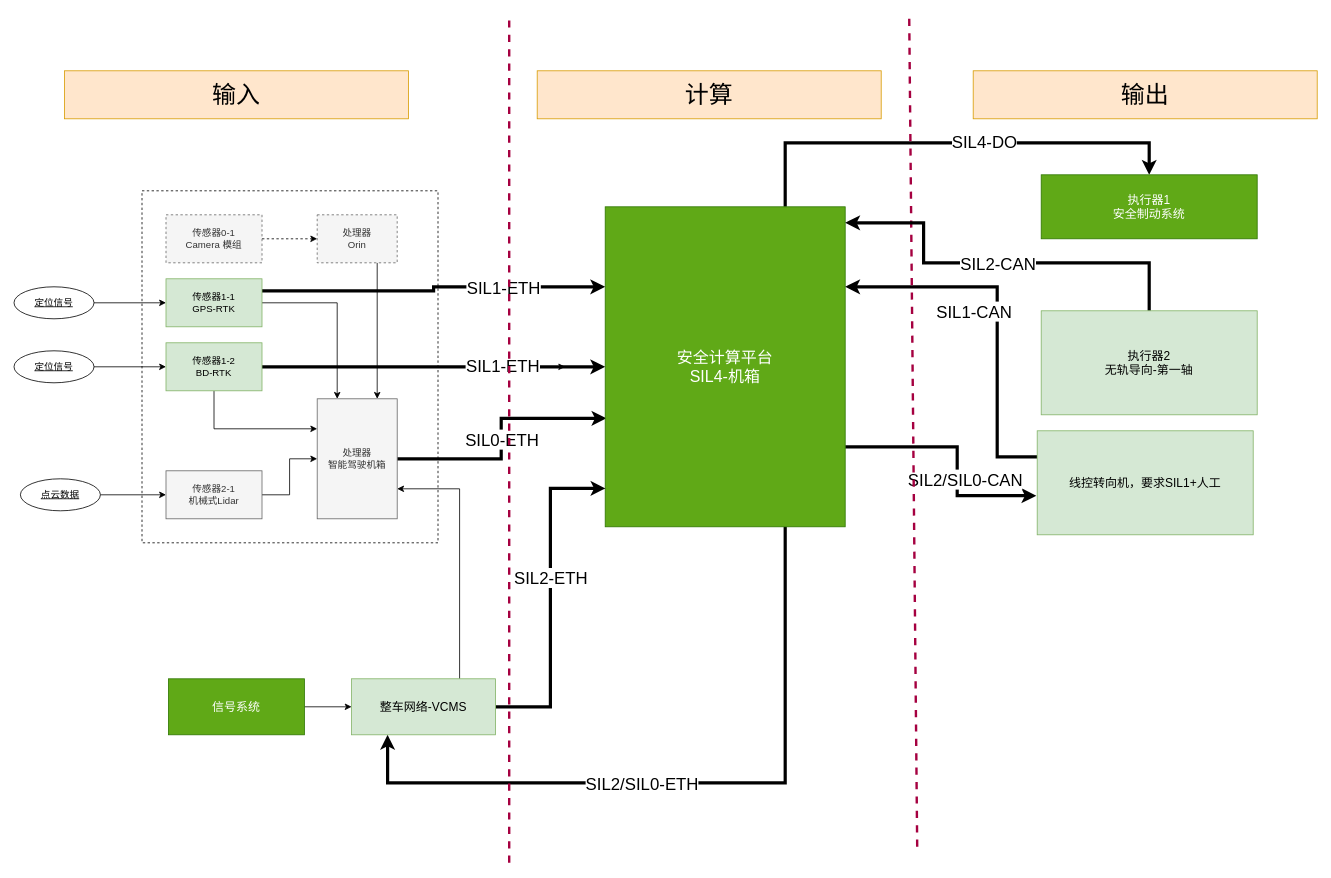
The draw.io diagram page "实体关系-SIL4" (1 of 3) of 马来循迹控制_SIL2方案_V2_pub230815.drawio in FrankWong-cs/SharingwithColleagues, before the edit. Source tidied: cells renumbered, new cells numbered last; positions are measured from the earlier drawing's top-left corner, leaving out a move shared by most shapes. Both pictures are drawn from the tidied source at 80%, with x=0, y=0 at pixel (14, 14).
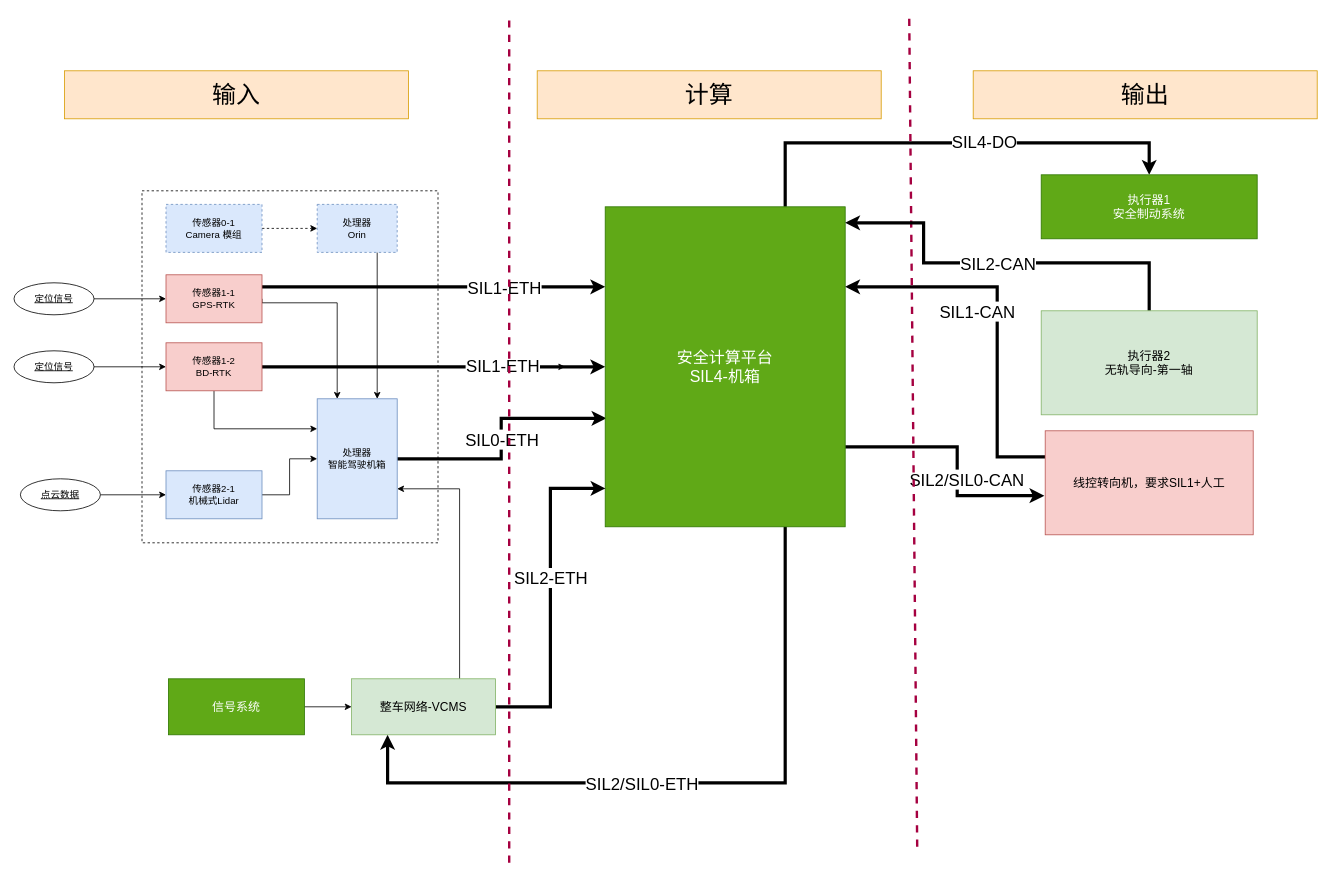
The same diagram, later.

Commit message:
Update 马来循迹控制_SIL2方案_V2_pub230815.drawio

The edit, as a diff of the source:
```diff
@@
-    <mxCell id="7" value="传感器1-1&lt;br&gt;GPS-RTK" style="rounded=0;whiteSpace=wrap;html=1;fillColor=#d5e8d4;strokeColor=#82b366;" parent="1" vertex="1">
-      <mxGeometry x="190" y="330" width="120" height="60" as="geometry" />
+    <mxCell id="7" value="传感器1-1&lt;br&gt;GPS-RTK" style="rounded=0;whiteSpace=wrap;html=1;fillColor=#f8cecc;strokeColor=#b85450;" parent="1" vertex="1">
+      <mxGeometry x="190" y="325" width="120" height="60" as="geometry" />
     </mxCell>
@@
-    <mxCell id="11" value="传感器1-2&lt;br&gt;BD-RTK" style="rounded=0;whiteSpace=wrap;html=1;fillColor=#d5e8d4;strokeColor=#82b366;" parent="1" vertex="1">
+    <mxCell id="11" value="传感器1-2&lt;br&gt;BD-RTK" style="rounded=0;whiteSpace=wrap;html=1;fillColor=#f8cecc;strokeColor=#b85450;" parent="1" vertex="1">
       <mxGeometry x="190" y="410" width="120" height="60" as="geometry" />
     </mxCell>
@@
-    <mxCell id="13" value="传感器2-1&lt;br&gt;机械式Lidar" style="rounded=0;whiteSpace=wrap;html=1;fillColor=#f5f5f5;strokeColor=#666666;fontColor=#333333;" parent="1" vertex="1">
+    <mxCell id="13" value="传感器2-1&lt;br&gt;机械式Lidar" style="rounded=0;whiteSpace=wrap;html=1;fillColor=#dae8fc;strokeColor=#6c8ebf;" parent="1" vertex="1">
       <mxGeometry x="190" y="570" width="120" height="60" as="geometry" />
     </mxCell>
@@
-    <mxCell id="15" value="传感器0-1&lt;br&gt;Camera 模组" style="rounded=0;whiteSpace=wrap;html=1;dashed=1;fillColor=#f5f5f5;fontColor=#333333;strokeColor=#666666;" parent="1" vertex="1">
-      <mxGeometry x="190" y="250" width="120" height="60" as="geometry" />
+    <mxCell id="15" value="传感器0-1&lt;br&gt;Camera 模组" style="rounded=0;whiteSpace=wrap;html=1;dashed=1;fillColor=#dae8fc;strokeColor=#6c8ebf;" parent="1" vertex="1">
+      <mxGeometry x="190" y="237" width="120" height="60" as="geometry" />
     </mxCell>
@@
     <mxCell id="17" value="定位信号" style="ellipse;whiteSpace=wrap;html=1;align=center;fontStyle=4;" parent="1" vertex="1">
-      <mxGeometry y="340" width="100" height="40" as="geometry" />
+      <mxGeometry y="335" width="100" height="40" as="geometry" />
     </mxCell>
@@
-    <mxCell id="23" value="处理器&lt;br&gt;Orin" style="whiteSpace=wrap;html=1;align=center;dashed=1;fillColor=#f5f5f5;fontColor=#333333;strokeColor=#666666;" parent="1" vertex="1">
-      <mxGeometry x="379" y="250" width="100" height="60" as="geometry" />
+    <mxCell id="23" value="处理器&lt;br&gt;Orin" style="whiteSpace=wrap;html=1;align=center;dashed=1;fillColor=#dae8fc;strokeColor=#6c8ebf;" parent="1" vertex="1">
+      <mxGeometry x="379" y="237" width="100" height="60" as="geometry" />
     </mxCell>
@@
-    <mxCell id="26" value="处理器&lt;br&gt;智能驾驶机箱" style="whiteSpace=wrap;html=1;align=center;fillColor=#f5f5f5;fontColor=#333333;strokeColor=#666666;" parent="1" vertex="1">
+    <mxCell id="26" value="处理器&lt;br&gt;智能驾驶机箱" style="whiteSpace=wrap;html=1;align=center;fillColor=#dae8fc;strokeColor=#6c8ebf;" parent="1" vertex="1">
       <mxGeometry x="379" y="480" width="100" height="150" as="geometry" />
     </mxCell>
@@
-    <mxCell id="36" value="线控转向机，要求SIL1+人工" style="whiteSpace=wrap;html=1;align=center;fontSize=15;fillColor=#d5e8d4;strokeColor=#82b366;" parent="1" vertex="1">
-      <mxGeometry x="1279" y="520" width="270" height="130" as="geometry" />
+    <mxCell id="36" value="线控转向机，要求SIL1+人工" style="whiteSpace=wrap;html=1;align=center;fontSize=15;fillColor=#f8cecc;strokeColor=#b85450;" parent="1" vertex="1">
+      <mxGeometry x="1289" y="520" width="260" height="130" as="geometry" />
     </mxCell>
```
